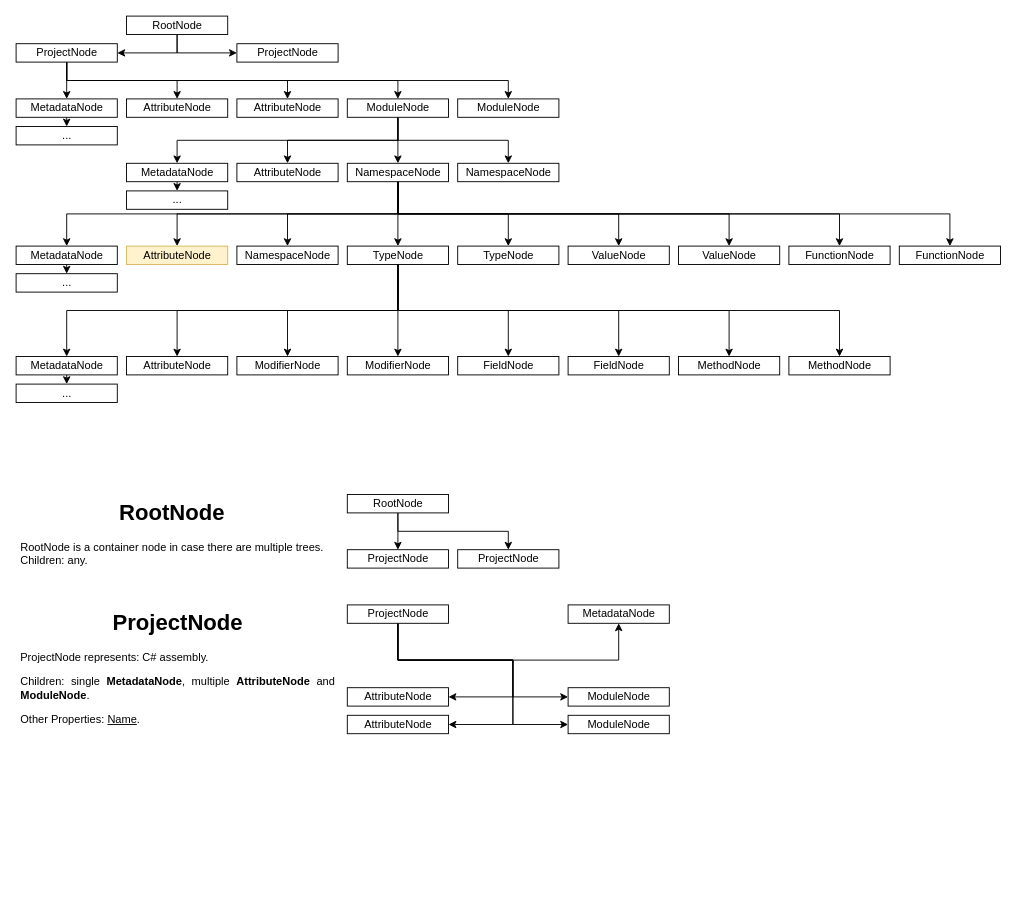
Evenfall-Tech/Crosslight keeps this draw.io diagram as docs/AstNodeStructure.drawio. Above is the earlier version. Source tidied: cells renumbered, new cells numbered last; positions are measured from the earlier drawing's top-left corner, leaving out a move shared by most shapes. Both pictures are drawn from the tidied source at 92%, with x=0, y=0 at pixel (16, 16).
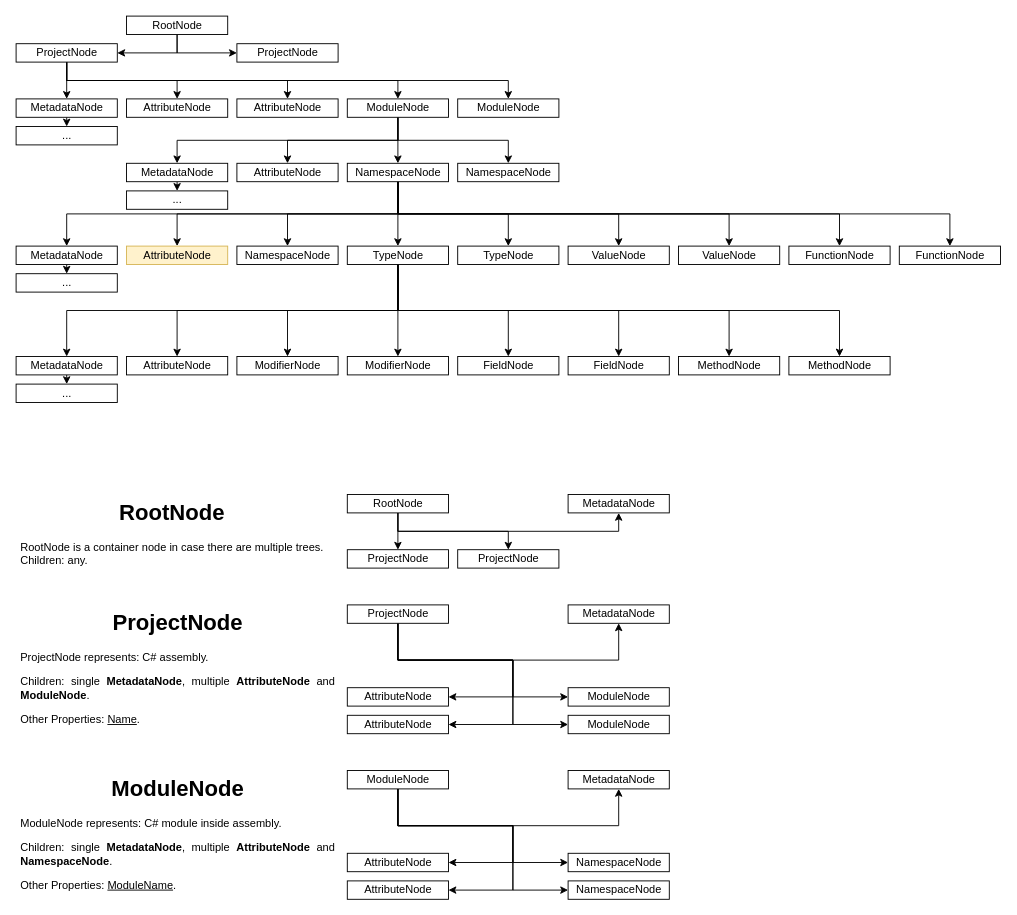
Above is the later version.

The change refers to these unchanged cells:
```xml
<mxCell id="69" value="RootNode" style="html=1;" parent="1" vertex="1">
  <mxGeometry x="360" y="520" width="110" height="20" as="geometry" />
</mxCell>
```

Change to the diagram source:
```diff
@@
+    <mxCell id="85" style="edgeStyle=orthogonalEdgeStyle;rounded=0;jettySize=auto;html=1;exitX=0.5;exitY=1;exitDx=0;exitDy=0;entryX=0.5;entryY=1;entryDx=0;entryDy=0;" parent="1" edge="1" source="69" target="98">
+      <mxGeometry relative="1" as="geometry" />
+    </mxCell>
@@
+    <mxCell id="86" style="edgeStyle=orthogonalEdgeStyle;rounded=0;jettySize=auto;html=1;exitX=0.5;exitY=1;exitDx=0;exitDy=0;entryX=1;entryY=0.5;entryDx=0;entryDy=0;" parent="1" edge="1" source="91" target="93">
+      <mxGeometry relative="1" as="geometry">
+        <Array as="points">
+          <mxPoint x="415" y="880" />
+          <mxPoint x="540" y="880" />
+          <mxPoint x="540" y="920" />
+        </Array>
+      </mxGeometry>
+    </mxCell>
+    <mxCell id="87" style="edgeStyle=orthogonalEdgeStyle;rounded=0;jettySize=auto;html=1;exitX=0.5;exitY=1;exitDx=0;exitDy=0;entryX=0.5;entryY=1;entryDx=0;entryDy=0;" parent="1" edge="1" source="91" target="92">
+      <mxGeometry relative="1" as="geometry">
+        <Array as="points">
+          <mxPoint x="415" y="880" />
+          <mxPoint x="655" y="880" />
+        </Array>
+      </mxGeometry>
+    </mxCell>
+    <mxCell id="88" style="edgeStyle=orthogonalEdgeStyle;rounded=0;jettySize=auto;html=1;exitX=0.5;exitY=1;exitDx=0;exitDy=0;entryX=1;entryY=0.5;entryDx=0;entryDy=0;" parent="1" edge="1" source="91" target="97">
+      <mxGeometry relative="1" as="geometry">
+        <Array as="points">
+          <mxPoint x="415" y="880" />
+          <mxPoint x="540" y="880" />
+          <mxPoint x="540" y="950" />
+        </Array>
+      </mxGeometry>
+    </mxCell>
+    <mxCell id="89" style="edgeStyle=orthogonalEdgeStyle;rounded=0;jettySize=auto;html=1;exitX=0.5;exitY=1;exitDx=0;exitDy=0;entryX=0;entryY=0.5;entryDx=0;entryDy=0;" parent="1" edge="1" source="91" target="94">
+      <mxGeometry relative="1" as="geometry">
+        <Array as="points">
+          <mxPoint x="415" y="880" />
+          <mxPoint x="540" y="880" />
+          <mxPoint x="540" y="920" />
+        </Array>
+      </mxGeometry>
+    </mxCell>
+    <mxCell id="90" style="edgeStyle=orthogonalEdgeStyle;rounded=0;jettySize=auto;html=1;exitX=0.5;exitY=1;exitDx=0;exitDy=0;entryX=0;entryY=0.5;entryDx=0;entryDy=0;" parent="1" edge="1" source="91" target="96">
+      <mxGeometry relative="1" as="geometry">
+        <Array as="points">
+          <mxPoint x="415" y="880" />
+          <mxPoint x="540" y="880" />
+          <mxPoint x="540" y="950" />
+        </Array>
+      </mxGeometry>
+    </mxCell>
+    <mxCell id="91" value="ModuleNode" style="html=1;" parent="1" vertex="1">
+      <mxGeometry x="360" y="820" width="110" height="20" as="geometry" />
+    </mxCell>
+    <mxCell id="92" value="MetadataNode" style="html=1;" parent="1" vertex="1">
+      <mxGeometry x="600" y="820" width="110" height="20" as="geometry" />
+    </mxCell>
+    <mxCell id="93" value="AttributeNode" style="html=1;" parent="1" vertex="1">
+      <mxGeometry x="360" y="910" width="110" height="20" as="geometry" />
+    </mxCell>
+    <mxCell id="94" value="NamespaceNode" style="html=1;" parent="1" vertex="1">
+      <mxGeometry x="600" y="910" width="110" height="20" as="geometry" />
+    </mxCell>
+    <mxCell id="95" value="&lt;h1 style=&quot;text-align: center&quot;&gt;ModuleNode&lt;/h1&gt;&lt;p style=&quot;text-align: justify&quot;&gt;ModuleNode&amp;nbsp;represents: C# module inside assembly.&lt;/p&gt;&lt;p style=&quot;text-align: justify&quot;&gt;Children: single &lt;b&gt;MetadataNode&lt;/b&gt;, multiple &lt;b&gt;AttributeNode &lt;/b&gt;and &lt;b&gt;NamespaceNode&lt;/b&gt;.&lt;/p&gt;&lt;p style=&quot;text-align: justify&quot;&gt;Other Properties: &lt;u&gt;ModuleName&lt;/u&gt;.&lt;/p&gt;" style="text;html=1;strokeColor=none;fillColor=none;spacing=5;spacingTop=-20;whiteSpace=wrap;overflow=hidden;rounded=0;" parent="1" vertex="1">
+      <mxGeometry y="820" width="350" height="140" as="geometry" />
+    </mxCell>
+    <mxCell id="96" value="NamespaceNode" style="html=1;" parent="1" vertex="1">
+      <mxGeometry x="600" y="940" width="110" height="20" as="geometry" />
+    </mxCell>
+    <mxCell id="97" value="AttributeNode" style="html=1;" parent="1" vertex="1">
+      <mxGeometry x="360" y="940" width="110" height="20" as="geometry" />
+    </mxCell>
+    <mxCell id="98" value="MetadataNode" style="html=1;" parent="1" vertex="1">
+      <mxGeometry x="600" y="520" width="110" height="20" as="geometry" />
+    </mxCell>
```
